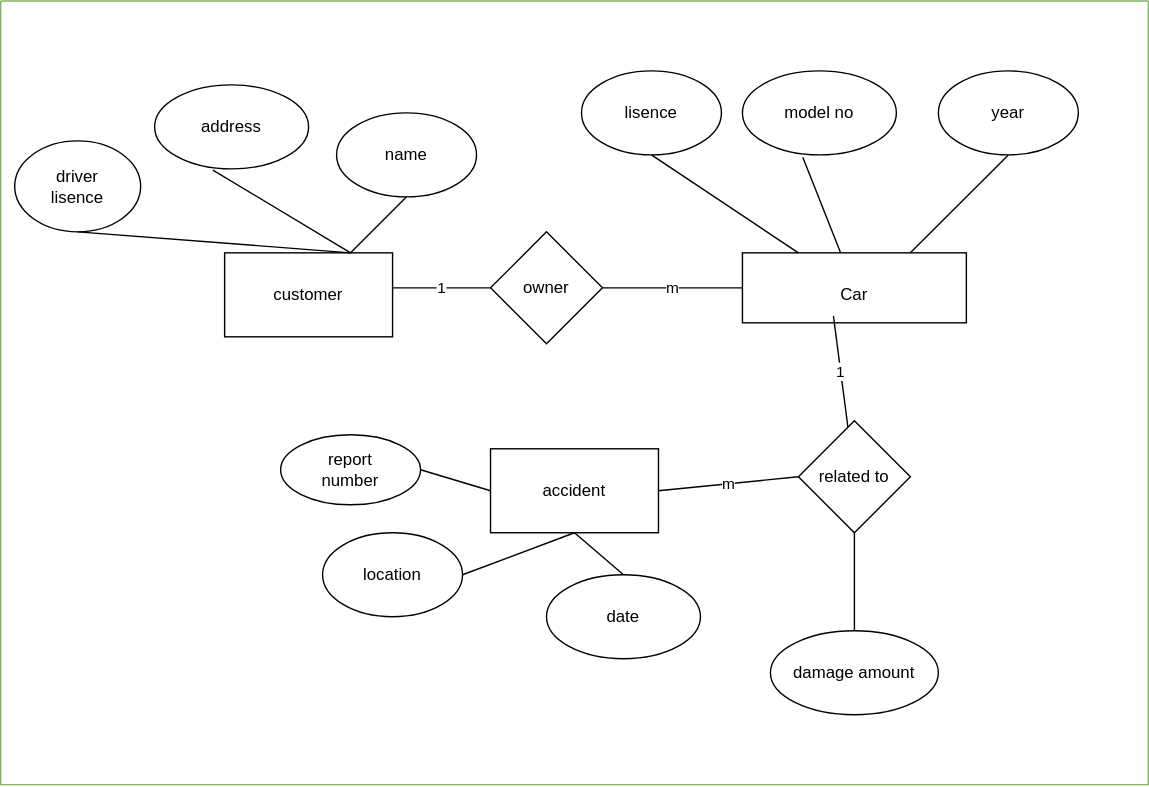
The draw.io diagram CarInsuranceCompany.drawio.svg in cs-cse/18CSC303J-DBMS, before a commit. Source tidied: cells renumbered, new cells last; positions are measured from the earlier drawing's top-left corner, leaving out a move shared by most shapes.
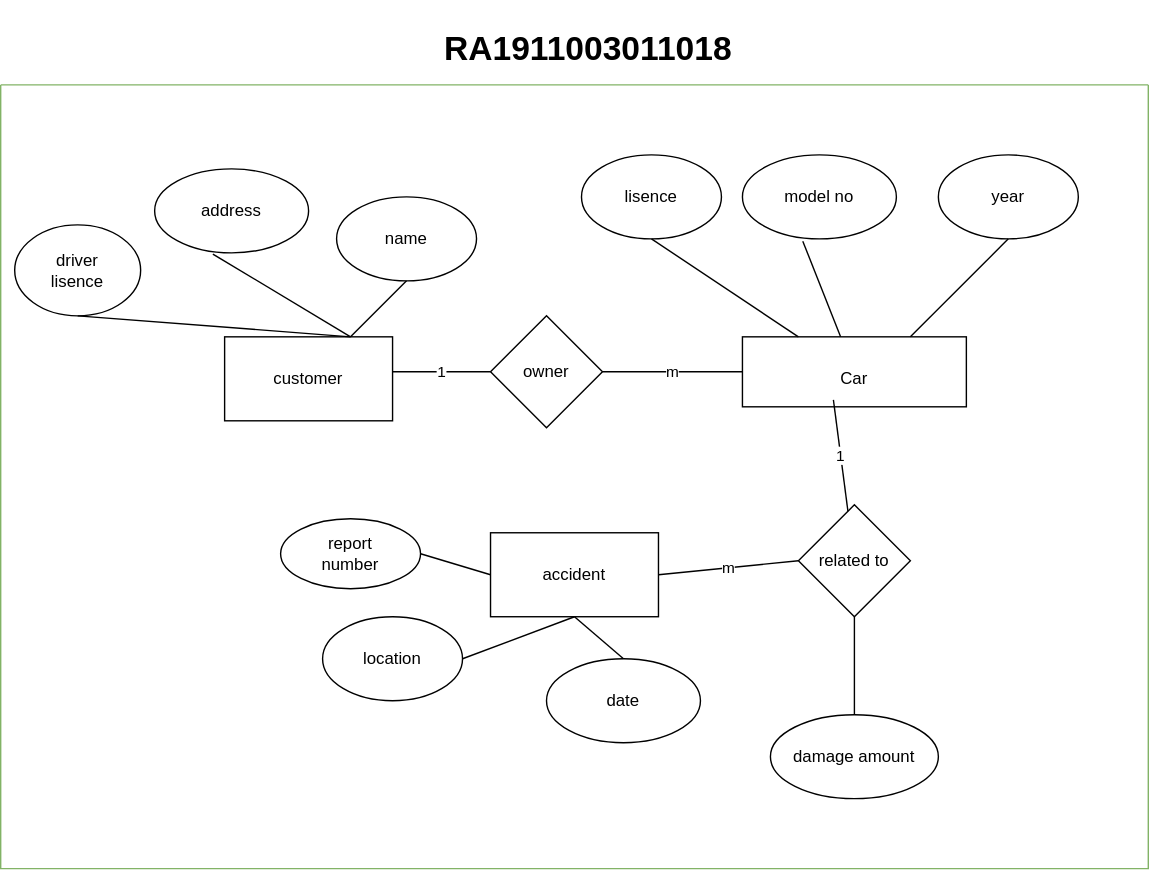
The same file after the commit.

What changed in the source:
```diff
@@ -101,5 +101,8 @@
     <mxCell id="32" style="swimlane;startSize=0;fillColor=default;strokeColor=#82b366;gradientColor=#ffffff;" parent="1" vertex="1">
       <mxGeometry width="820" height="560" as="geometry" />
     </mxCell>
+    <mxCell id="33" value="RA1911003011018" style="text;html=1;strokeColor=none;fillColor=none;align=center;verticalAlign=middle;whiteSpace=wrap;rounded=0;fontStyle=1;fontSize=24;" parent="1" vertex="1">
+      <mxGeometry x="290" y="-60" width="260" height="70" as="geometry" />
+    </mxCell>
   </root>
 </mxGraphModel>
```
